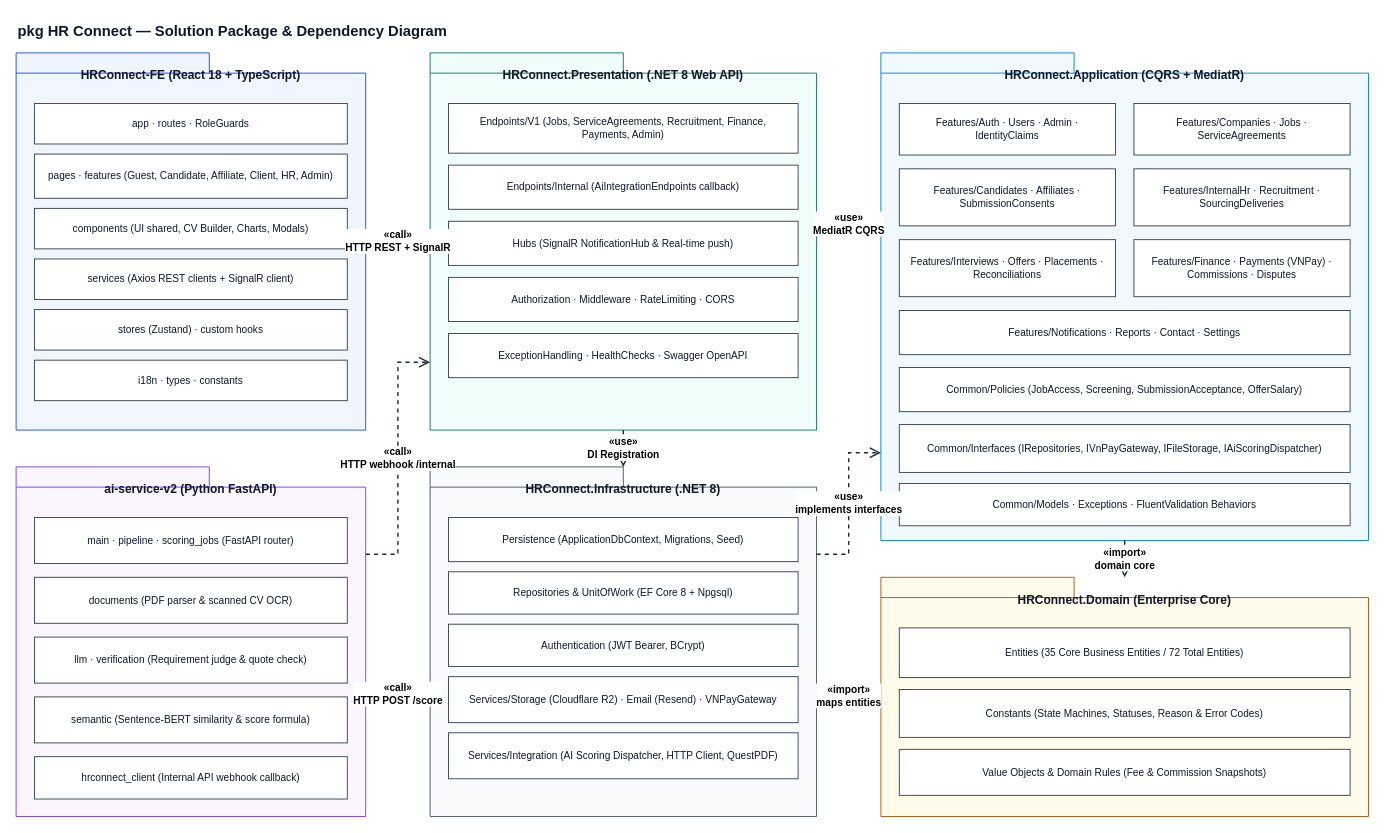
The draw.io diagram docs/diagrams/architecture/source/pkg-hr-connect.drawio in hoangqui794/hr-connect, before the edit. Source tidied: cells renumbered, new cells numbered last; positions are measured from the earlier drawing's top-left corner, leaving out a move shared by most shapes. Both pictures are drawn from the tidied source at 92%, with x=0, y=0 at pixel (16, 16).
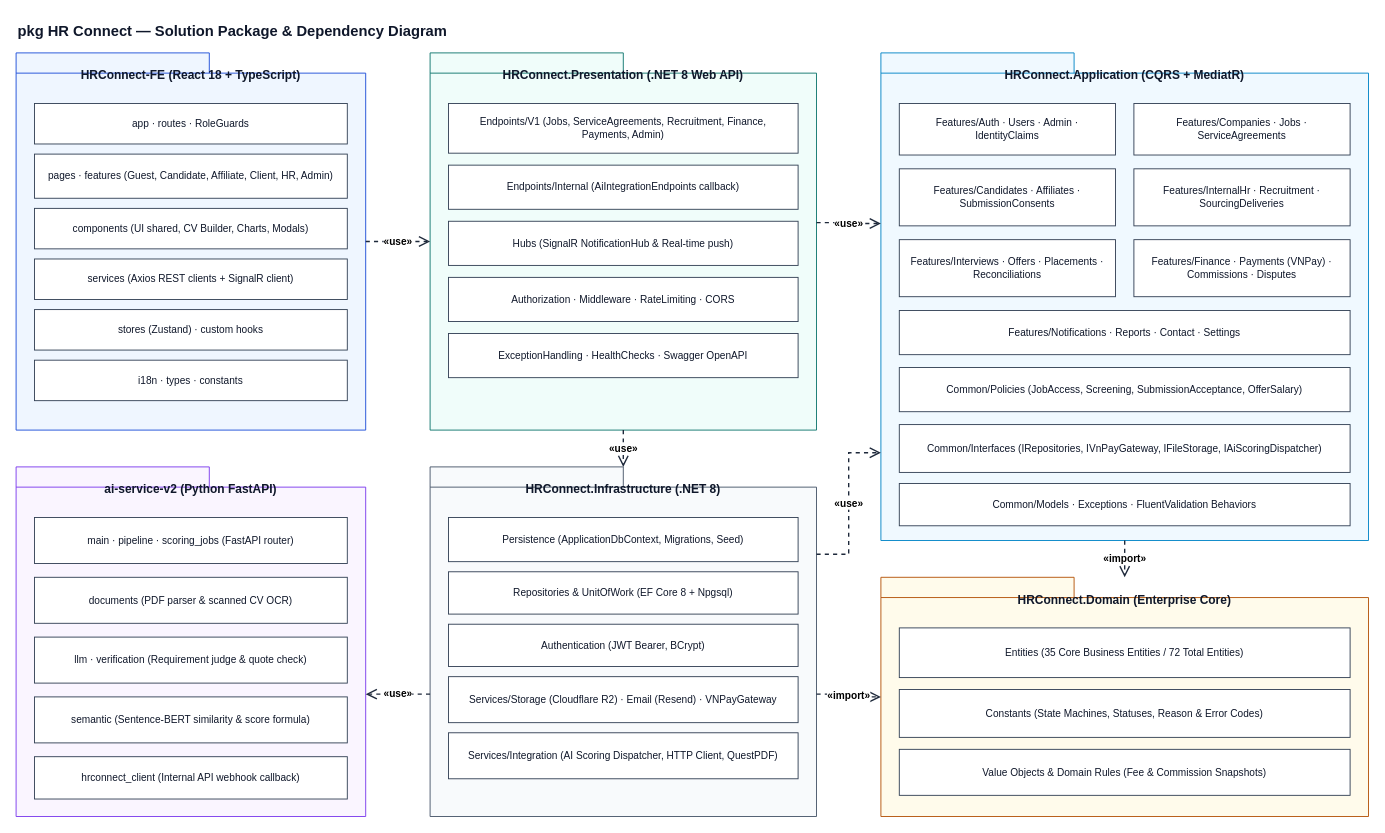
After the change.

The change refers to these unchanged cells:
```xml
<mxCell id="3" value="HRConnect-FE (React 18 + TypeScript)" style="shape=folder;fontStyle=1;fontSize=13;fontFamily=Helvetica;spacingTop=10;tabWidth=210;tabHeight=22;tabPosition=left;html=1;whiteSpace=wrap;verticalAlign=top;align=center;fillColor=#EFF6FF;strokeColor=#1D4ED8;fontColor=#0F172A;" parent="1" vertex="1">
  <mxGeometry y="40" width="380" height="410" as="geometry" />
</mxCell>
<mxCell id="4" value="ai-service-v2 (Python FastAPI)" style="shape=folder;fontStyle=1;fontSize=13;fontFamily=Helvetica;spacingTop=10;tabWidth=210;tabHeight=22;tabPosition=left;html=1;whiteSpace=wrap;verticalAlign=top;align=center;fillColor=#FAF5FF;strokeColor=#7C3AED;fontColor=#0F172A;" parent="1" vertex="1">
  <mxGeometry y="490" width="380" height="380" as="geometry" />
</mxCell>
<mxCell id="5" value="HRConnect.Presentation (.NET 8 Web API)" style="shape=folder;fontStyle=1;fontSize=13;fontFamily=Helvetica;spacingTop=10;tabWidth=210;tabHeight=22;tabPosition=left;html=1;whiteSpace=wrap;verticalAlign=top;align=center;fillColor=#F0FDFA;strokeColor=#0F766E;fontColor=#0F172A;" parent="1" vertex="1">
  <mxGeometry x="450" y="40" width="420" height="410" as="geometry" />
</mxCell>
<mxCell id="6" value="HRConnect.Infrastructure (.NET 8)" style="shape=folder;fontStyle=1;fontSize=13;fontFamily=Helvetica;spacingTop=10;tabWidth=210;tabHeight=22;tabPosition=left;html=1;whiteSpace=wrap;verticalAlign=top;align=center;fillColor=#F8FAFC;strokeColor=#475569;fontColor=#0F172A;" parent="1" vertex="1">
  <mxGeometry x="450" y="490" width="420" height="380" as="geometry" />
</mxCell>
<mxCell id="7" value="HRConnect.Application (CQRS + MediatR)" style="shape=folder;fontStyle=1;fontSize=13;fontFamily=Helvetica;spacingTop=10;tabWidth=210;tabHeight=22;tabPosition=left;html=1;whiteSpace=wrap;verticalAlign=top;align=center;fillColor=#F0F9FF;strokeColor=#0284C7;fontColor=#0F172A;" parent="1" vertex="1">
  <mxGeometry x="940" y="40" width="530" height="530" as="geometry" />
</mxCell>
<mxCell id="8" value="HRConnect.Domain (Enterprise Core)" style="shape=folder;fontStyle=1;fontSize=13;fontFamily=Helvetica;spacingTop=10;tabWidth=210;tabHeight=22;tabPosition=left;html=1;whiteSpace=wrap;verticalAlign=top;align=center;fillColor=#FFFBEB;strokeColor=#B45309;fontColor=#0F172A;" parent="1" vertex="1">
  <mxGeometry x="940" y="610" width="530" height="260" as="geometry" />
</mxCell>
```

Change to the diagram source:
```diff
@@
-    <mxCell id="43" value="«call»&#10;HTTP REST + SignalR" style="edgeStyle=orthogonalEdgeStyle;rounded=0;html=1;endArrow=open;endSize=9;dashed=1;strokeColor=#1E293B;strokeWidth=1.5;fontSize=11;fontStyle=1;fontFamily=Helvetica;labelBackgroundColor=#FFFFFF;exitX=1;exitY=0.5;entryX=0;entryY=0.5;" parent="1" edge="1" source="3" target="5">
+    <mxCell id="43" value="«use»" style="edgeStyle=orthogonalEdgeStyle;rounded=0;html=1;endArrow=open;endSize=9;dashed=1;strokeColor=#1E293B;strokeWidth=1.5;fontSize=11;fontStyle=1;fontFamily=Helvetica;labelBackgroundColor=#FFFFFF;exitX=1;exitY=0.5;entryX=0;entryY=0.5;" parent="1" edge="1" source="3" target="5">
       <mxGeometry relative="1" as="geometry" />
     </mxCell>
-    <mxCell id="44" value="«use»&#10;MediatR CQRS" style="edgeStyle=orthogonalEdgeStyle;rounded=0;html=1;endArrow=open;endSize=9;dashed=1;strokeColor=#1E293B;strokeWidth=1.5;fontSize=11;fontStyle=1;fontFamily=Helvetica;labelBackgroundColor=#FFFFFF;exitX=1;exitY=0.45;entryX=0;entryY=0.35;" parent="1" edge="1" source="5" target="7">
+    <mxCell id="44" value="«use»" style="edgeStyle=orthogonalEdgeStyle;rounded=0;html=1;endArrow=open;endSize=9;dashed=1;strokeColor=#1E293B;strokeWidth=1.5;fontSize=11;fontStyle=1;fontFamily=Helvetica;labelBackgroundColor=#FFFFFF;exitX=1;exitY=0.45;entryX=0;entryY=0.35;" parent="1" edge="1" source="5" target="7">
       <mxGeometry relative="1" as="geometry" />
     </mxCell>
-    <mxCell id="45" value="«use»&#10;DI Registration" style="edgeStyle=orthogonalEdgeStyle;rounded=0;html=1;endArrow=open;endSize=9;dashed=1;strokeColor=#1E293B;strokeWidth=1.5;fontSize=11;fontStyle=1;fontFamily=Helvetica;labelBackgroundColor=#FFFFFF;exitX=0.5;exitY=1;entryX=0.5;entryY=0;" parent="1" edge="1" source="5" target="6">
+    <mxCell id="45" value="«use»" style="edgeStyle=orthogonalEdgeStyle;rounded=0;html=1;endArrow=open;endSize=9;dashed=1;strokeColor=#1E293B;strokeWidth=1.5;fontSize=11;fontStyle=1;fontFamily=Helvetica;labelBackgroundColor=#FFFFFF;exitX=0.5;exitY=1;entryX=0.5;entryY=0;" parent="1" edge="1" source="5" target="6">
       <mxGeometry relative="1" as="geometry" />
     </mxCell>
-    <mxCell id="46" value="«use»&#10;implements interfaces" style="edgeStyle=orthogonalEdgeStyle;rounded=0;html=1;endArrow=open;endSize=9;dashed=1;strokeColor=#1E293B;strokeWidth=1.5;fontSize=11;fontStyle=1;fontFamily=Helvetica;labelBackgroundColor=#FFFFFF;exitX=1;exitY=0.25;entryX=0;entryY=0.82;" parent="1" edge="1" source="6" target="7">
+    <mxCell id="46" value="«use»" style="edgeStyle=orthogonalEdgeStyle;rounded=0;html=1;endArrow=open;endSize=9;dashed=1;strokeColor=#1E293B;strokeWidth=1.5;fontSize=11;fontStyle=1;fontFamily=Helvetica;labelBackgroundColor=#FFFFFF;exitX=1;exitY=0.25;entryX=0;entryY=0.82;" parent="1" edge="1" source="6" target="7">
       <mxGeometry relative="1" as="geometry">
         <Array as="points">
           <mxPoint x="905" y="585" />
           <mxPoint x="905" y="475" />
         </Array>
       </mxGeometry>
     </mxCell>
-    <mxCell id="47" value="«import»&#10;maps entities" style="edgeStyle=orthogonalEdgeStyle;rounded=0;html=1;endArrow=open;endSize=9;dashed=1;strokeColor=#1E293B;strokeWidth=1.5;fontSize=11;fontStyle=1;fontFamily=Helvetica;labelBackgroundColor=#FFFFFF;exitX=1;exitY=0.65;entryX=0;entryY=0.5;" parent="1" edge="1" source="6" target="8">
+    <mxCell id="47" value="«import»" style="edgeStyle=orthogonalEdgeStyle;rounded=0;html=1;endArrow=open;endSize=9;dashed=1;strokeColor=#1E293B;strokeWidth=1.5;fontSize=11;fontStyle=1;fontFamily=Helvetica;labelBackgroundColor=#FFFFFF;exitX=1;exitY=0.65;entryX=0;entryY=0.5;" parent="1" edge="1" source="6" target="8">
       <mxGeometry relative="1" as="geometry" />
     </mxCell>
-    <mxCell id="48" value="«import»&#10;domain core" style="edgeStyle=orthogonalEdgeStyle;rounded=0;html=1;endArrow=open;endSize=9;dashed=1;strokeColor=#1E293B;strokeWidth=1.5;fontSize=11;fontStyle=1;fontFamily=Helvetica;labelBackgroundColor=#FFFFFF;exitX=0.5;exitY=1;entryX=0.5;entryY=0;" parent="1" edge="1" source="7" target="8">
+    <mxCell id="48" value="«import»" style="edgeStyle=orthogonalEdgeStyle;rounded=0;html=1;endArrow=open;endSize=9;dashed=1;strokeColor=#1E293B;strokeWidth=1.5;fontSize=11;fontStyle=1;fontFamily=Helvetica;labelBackgroundColor=#FFFFFF;exitX=0.5;exitY=1;entryX=0.5;entryY=0;" parent="1" edge="1" source="7" target="8">
       <mxGeometry relative="1" as="geometry" />
     </mxCell>
-    <mxCell id="49" value="«call»&#10;HTTP POST /score" style="edgeStyle=orthogonalEdgeStyle;rounded=0;html=1;endArrow=open;endSize=9;dashed=1;strokeColor=#1E293B;strokeWidth=1.5;fontSize=11;fontStyle=1;fontFamily=Helvetica;labelBackgroundColor=#FFFFFF;exitX=0;exitY=0.65;entryX=1;entryY=0.65;" parent="1" edge="1" source="6" target="4">
+    <mxCell id="49" value="«use»" style="edgeStyle=orthogonalEdgeStyle;rounded=0;html=1;endArrow=open;endSize=9;dashed=1;strokeColor=#1E293B;strokeWidth=1.5;fontSize=11;fontStyle=1;fontFamily=Helvetica;labelBackgroundColor=#FFFFFF;exitX=0;exitY=0.65;entryX=1;entryY=0.65;" parent="1" edge="1" source="6" target="4">
       <mxGeometry relative="1" as="geometry" />
     </mxCell>
-    <mxCell id="50" value="«call»&#10;HTTP webhook /internal" style="edgeStyle=orthogonalEdgeStyle;rounded=0;html=1;endArrow=open;endSize=9;dashed=1;strokeColor=#1E293B;strokeWidth=1.5;fontSize=11;fontStyle=1;fontFamily=Helvetica;labelBackgroundColor=#FFFFFF;exitX=1;exitY=0.25;entryX=0;entryY=0.82;" parent="1" edge="1" source="4" target="5">
-      <mxGeometry relative="1" as="geometry">
-        <Array as="points">
-          <mxPoint x="415" y="585" />
-          <mxPoint x="415" y="376" />
-        </Array>
-      </mxGeometry>
-    </mxCell>
```
